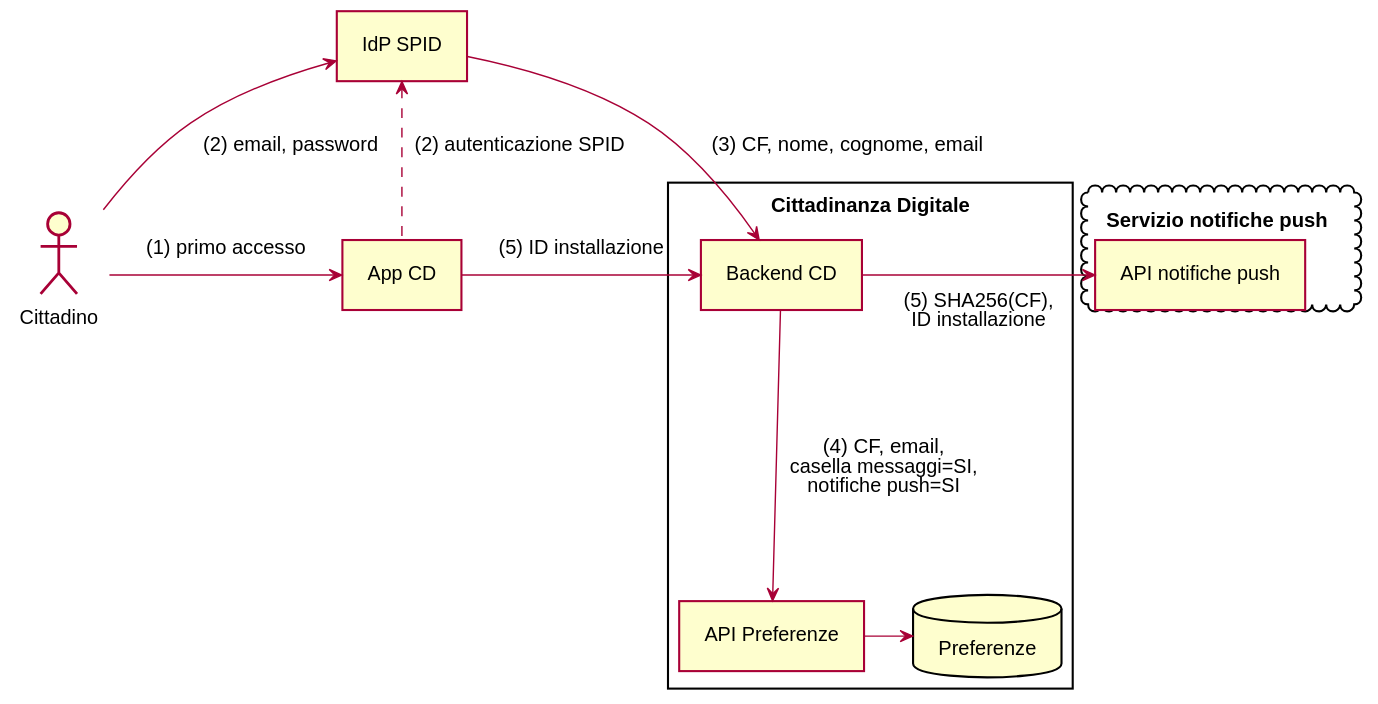
This is gdpr/diagrams/profilo-creazione.svg from pagopa-archive/io, a PlantUML export, as it was before one commit.
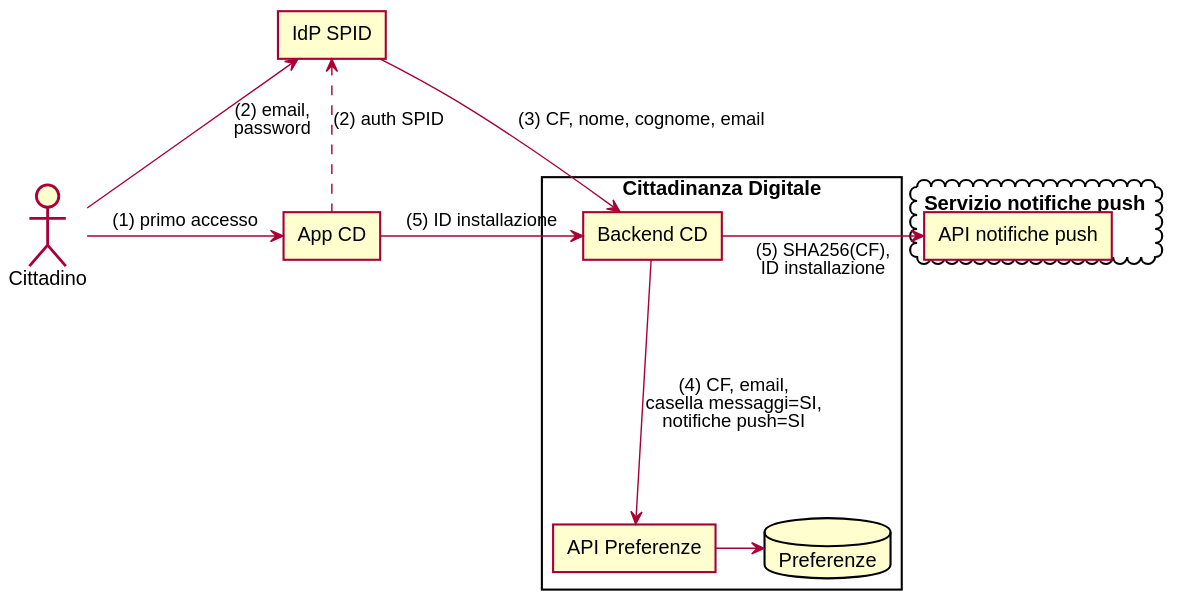
The same diagram one commit later.

What changed in the source:
```diff
@@ -1,8 +1,6 @@
 @startuml
 skinparamlocked shadowing false
 skinparamlocked DefaultFontName Helvetica
-skinparamlocked DefaultFontSize 14
-skinparamlocked Padding 8
 
 :Cittadino: as cittadino
 
@@ -24,18 +22,18 @@
 
 cittadino -> app : (1) primo accesso
 
-app .up.> idp : (2) autenticazione SPID
+app .u.> idp : (2) auth SPID
 
-cittadino -up-> idp : (2) email, password
+cittadino -u-> idp : (2) email,\npassword
 
 idp -> backend : (3) CF, nome, cognome, email
 
-backend -down-> apipreferenze : (4) CF, email,\ncasella messaggi=SI,\nnotifiche push=SI
+backend -d-> apipreferenze : (4) CF, email,\ncasella messaggi=SI,\nnotifiche push=SI
 
-apipreferenze -right-> dbpreferenze
+apipreferenze -r-> dbpreferenze
 
 app -> backend : (5) ID installazione
 
-backend -right-> apinotifiche : (5) SHA256(CF),\nID installazione
+backend -r-> apinotifiche : (5) SHA256(CF),\nID installazione
 
 @enduml
```
